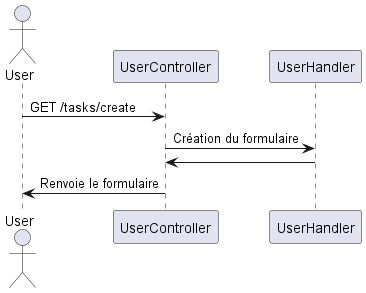
Before: documentations/diagrammes/séquences/get_users_create.png, a diagram exported from PlantUML (Waarrez/P8).
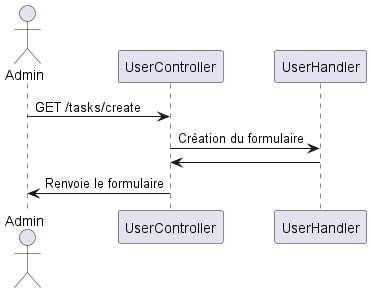
Later version of the same file.

Diff of the diagram source:
```diff
@@ -1,12 +1,12 @@
 @startuml
 
-actor User
+actor Admin
 participant UserController
 participant UserHandler
 
-User -> UserController : GET /tasks/create
+Admin -> UserController : GET /tasks/create
 UserController -> UserHandler : Création du formulaire
 UserHandler -> UserController
-UserController -> User : Renvoie le formulaire
+UserController -> Admin : Renvoie le formulaire
 
 @enduml
```
